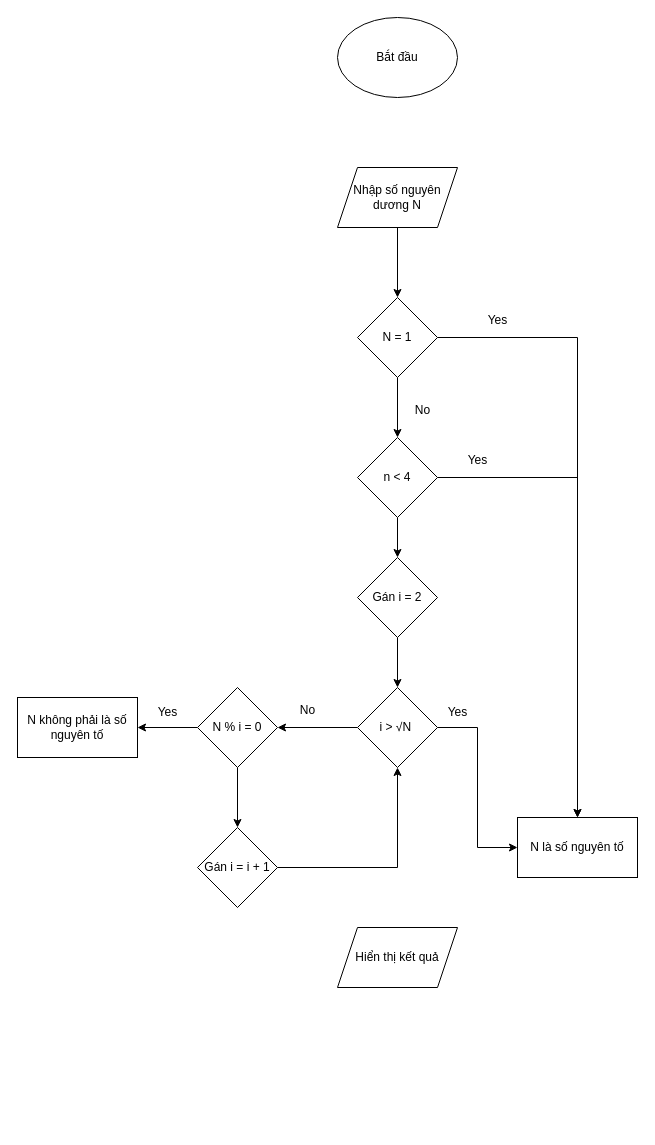
Earlier version of the draw.io diagram page "Lap1.3" (3 of 3) of IOT301/Lap/Lap1.1.drawio (HuyThong94/Funix). Source tidied: cells renumbered, new cells numbered last; positions are measured from the earlier drawing's top-left corner, leaving out a move shared by most shapes. Both pictures are drawn from the tidied source at 100%, with x=0, y=0 at pixel (17, 17).
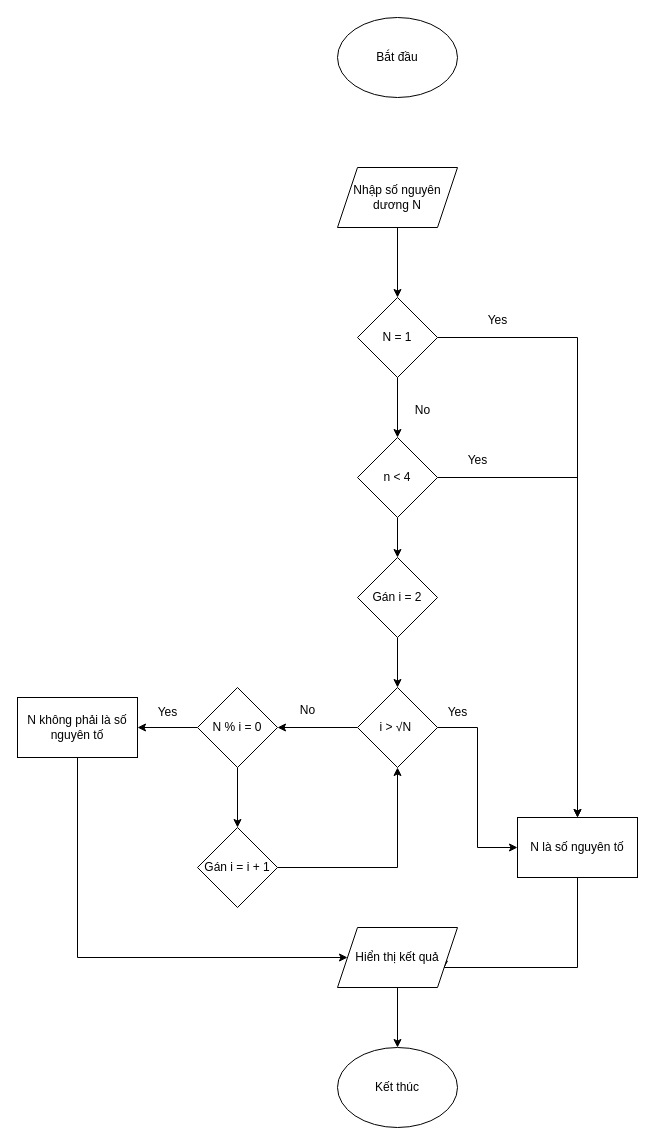
Above is the later version.

The change refers to these unchanged cells:
```xml
<mxCell id="8" value="N là số nguyên tố" style="whiteSpace=wrap;html=1;" parent="1" vertex="1">
  <mxGeometry x="500" y="800" width="120" height="60" as="geometry" />
</mxCell>
<mxCell id="24" value="N không phải là số nguyên tố" style="whiteSpace=wrap;html=1;" parent="1" vertex="1">
  <mxGeometry y="680" width="120" height="60" as="geometry" />
</mxCell>
<mxCell id="29" value="Hiển thị kết quả" style="shape=parallelogram;perimeter=parallelogramPerimeter;whiteSpace=wrap;html=1;fixedSize=1;" parent="1" vertex="1">
  <mxGeometry x="320" y="910" width="120" height="60" as="geometry" />
</mxCell>
```

The edit, as a diff of the source:
```diff
@@
+    <mxCell id="30" style="edgeStyle=orthogonalEdgeStyle;rounded=0;jettySize=auto;html=1;exitX=0.5;exitY=1;exitDx=0;exitDy=0;entryX=1;entryY=0.75;entryDx=0;entryDy=0;" parent="1" edge="1" source="8" target="29">
+      <mxGeometry relative="1" as="geometry">
+        <Array as="points">
+          <mxPoint x="560" y="950" />
+          <mxPoint x="426" y="950" />
+        </Array>
+      </mxGeometry>
+    </mxCell>
@@
+    <mxCell id="31" style="edgeStyle=orthogonalEdgeStyle;rounded=0;jettySize=auto;html=1;exitX=0.5;exitY=1;exitDx=0;exitDy=0;entryX=0;entryY=0.5;entryDx=0;entryDy=0;" parent="1" edge="1" source="24" target="29">
+      <mxGeometry relative="1" as="geometry">
+        <Array as="points">
+          <mxPoint x="60" y="940" />
+        </Array>
+      </mxGeometry>
+    </mxCell>
@@
+    <mxCell id="32" style="edgeStyle=orthogonalEdgeStyle;rounded=0;jettySize=auto;html=1;exitX=0.5;exitY=1;exitDx=0;exitDy=0;entryX=0.5;entryY=0;entryDx=0;entryDy=0;" parent="1" edge="1" source="29" target="33">
+      <mxGeometry relative="1" as="geometry" />
+    </mxCell>
@@
+    <mxCell id="33" value="Kết thúc" style="ellipse;whiteSpace=wrap;html=1;" parent="1" vertex="1">
+      <mxGeometry x="320" y="1030" width="120" height="80" as="geometry" />
+    </mxCell>
```
